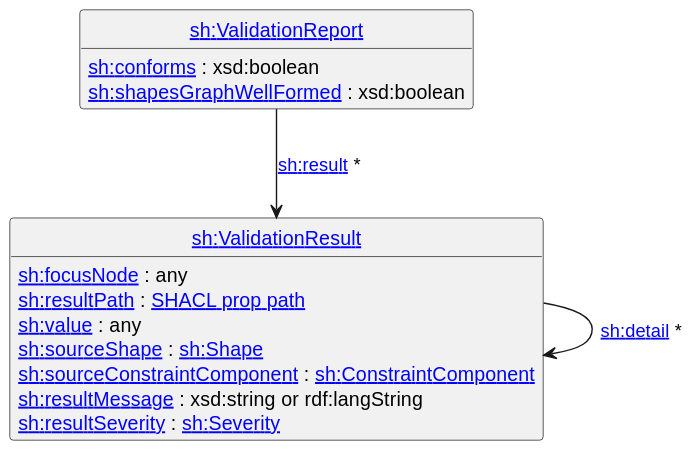
Above: shacl12-core/images/ValidationReport-UML.svg in w3c/data-shapes (PlantUML), before the change. Source of this version:
```plantuml
@startuml
hide circles
hide empty members
skinparam pathHoverColor red ' on cover, highlight blue links as red

class "<color:blue><u>sh:ValidationReport" as ValidationReport [[#results-validation-report]] {
  [[#conforms sh:conforms]] : xsd:boolean
  [[#shapesGraphWellFormed sh:shapesGraphWellFormed]] : xsd:boolean
}

class "<color:blue><u>sh:ValidationResult" as ValidationResult [[#results-validation-result]] {
  [[#results-focus-node sh:focusNode]] : any
  [[#results-path sh:resultPath]] : [[#property-paths SHACL prop path]]
  [[#results-value sh:value]] : any
  [[#results-source-shape sh:sourceShape]] : [[#shapes sh:Shape]]
  [[#results-source-constraint-component sh:sourceConstraintComponent]] : [[#dfn-constraint-component sh:ConstraintComponent]]
  [[#results-message sh:resultMessage]] : xsd:string or rdf:langString
  [[#results-severity sh:resultSeverity]] : [[#severity sh:Severity]]
}

ValidationReport --> ValidationResult : [[#result sh:result]] *
ValidationResult -> ValidationResult : [[#results-detail sh:detail]] *
@enduml
```
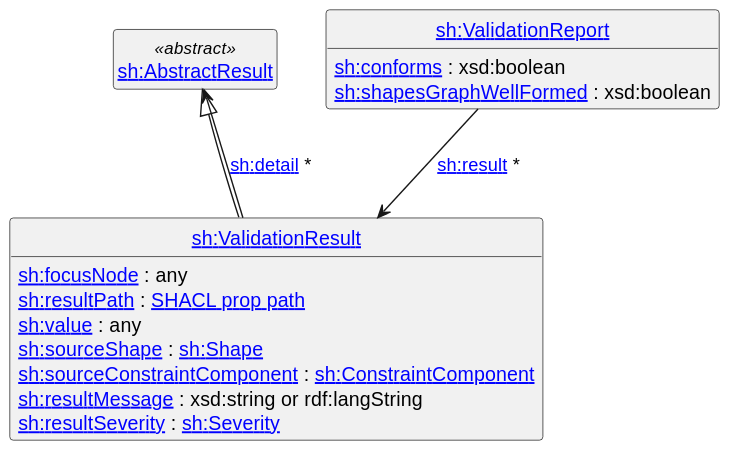
After the commit.

Commit message:
add class AbstractResult

The edit, as a diff of the source:
```diff
@@ -6,6 +6,9 @@
 class "<color:blue><u>sh:ValidationReport" as ValidationReport [[#results-validation-report]] {
   [[#conforms sh:conforms]] : xsd:boolean
   [[#shapesGraphWellFormed sh:shapesGraphWellFormed]] : xsd:boolean
+}
+
+class "<color:blue><u>sh:AbstractResult" as AbstractResult <<abstract>> [[#results-validation-result]] {
 }
 
 class "<color:blue><u>sh:ValidationResult" as ValidationResult [[#results-validation-result]] {
@@ -19,5 +22,6 @@
 }
 
 ValidationReport --> ValidationResult : [[#result sh:result]] *
-ValidationResult -> ValidationResult : [[#results-detail sh:detail]] *
+AbstractResult <|-down- ValidationResult
+ValidationResult -up-> AbstractResult : [[#results-detail sh:detail]] *
 @enduml
```
